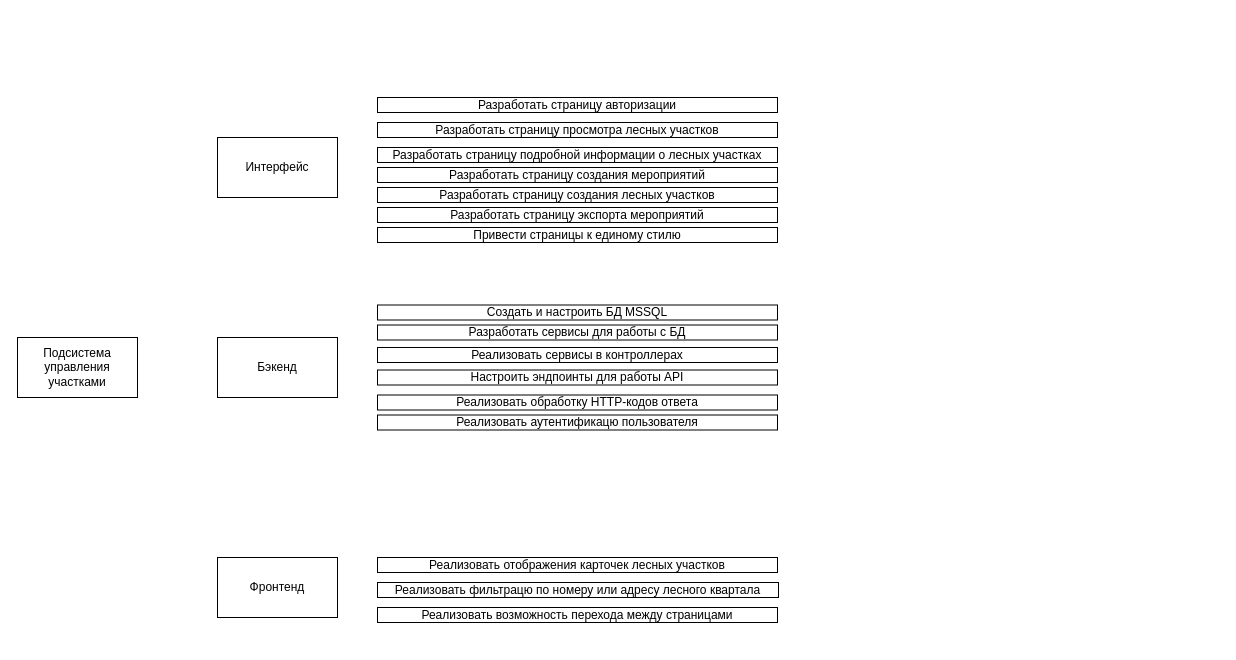
Poll33nn/EducationMaterial keeps this draw.io diagram as декомпозиция.drawio. Above is the earlier version. Source tidied: cells renumbered, new cells numbered last; positions are measured from the earlier drawing's top-left corner, leaving out a move shared by most shapes. Both pictures are drawn from the tidied source at 100%, with x=0, y=0 at pixel (17, 97).
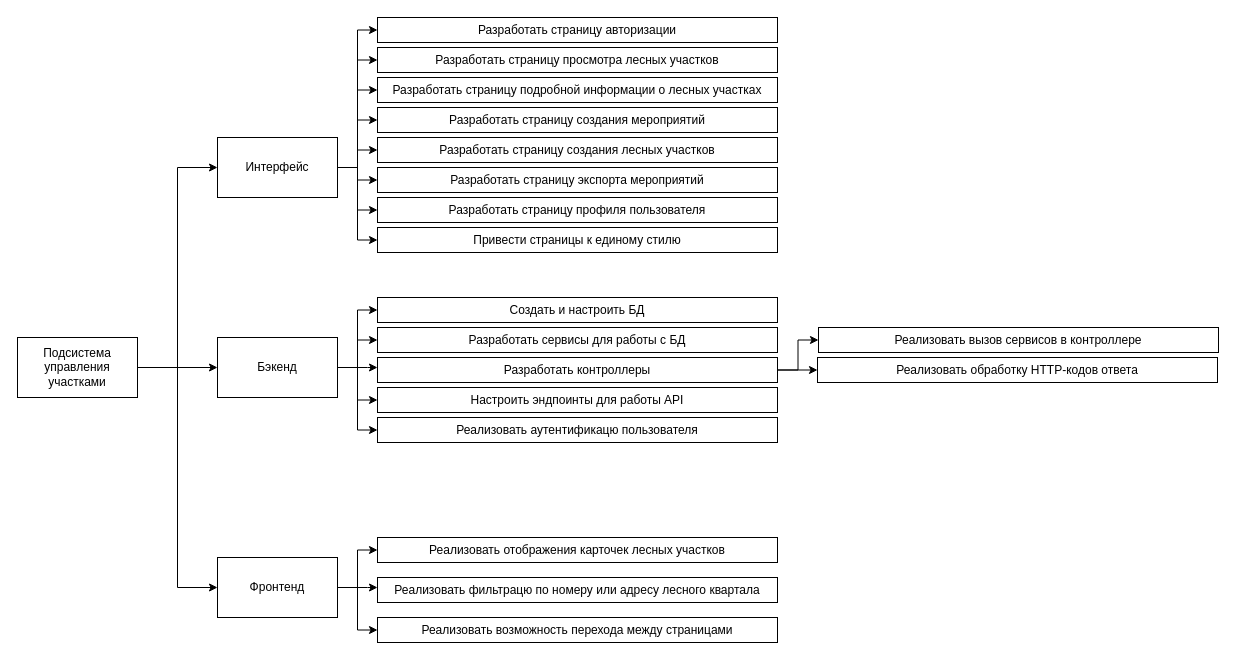
After the change.

The change refers to these unchanged cells:
```xml
<mxCell id="2" value="Подсистема управления участками" style="rounded=0;whiteSpace=wrap;html=1;" parent="1" vertex="1">
  <mxGeometry y="240" width="120" height="60" as="geometry" />
</mxCell>
<mxCell id="3" value="Интерфейс" style="rounded=0;whiteSpace=wrap;html=1;" parent="1" vertex="1">
  <mxGeometry x="200" y="40" width="120" height="60" as="geometry" />
</mxCell>
<mxCell id="4" value="Бэкенд" style="rounded=0;whiteSpace=wrap;html=1;" parent="1" vertex="1">
  <mxGeometry x="200" y="240" width="120" height="60" as="geometry" />
</mxCell>
<mxCell id="5" value="Фронтенд" style="rounded=0;whiteSpace=wrap;html=1;" parent="1" vertex="1">
  <mxGeometry x="200" y="460" width="120" height="60" as="geometry" />
</mxCell>
```

What changed in the source:
```diff
@@
+    <mxCell id="22" style="edgeStyle=orthogonalEdgeStyle;rounded=0;jettySize=auto;html=1;entryX=0;entryY=0.5;entryDx=0;entryDy=0;" parent="1" edge="1" source="2" target="3">
+      <mxGeometry relative="1" as="geometry" />
+    </mxCell>
+    <mxCell id="23" style="edgeStyle=orthogonalEdgeStyle;rounded=0;jettySize=auto;html=1;" parent="1" edge="1" source="2" target="4">
+      <mxGeometry relative="1" as="geometry" />
+    </mxCell>
+    <mxCell id="24" style="edgeStyle=orthogonalEdgeStyle;rounded=0;jettySize=auto;html=1;entryX=0;entryY=0.5;entryDx=0;entryDy=0;" parent="1" edge="1" source="2" target="5">
+      <mxGeometry relative="1" as="geometry" />
+    </mxCell>
@@
+    <mxCell id="25" style="edgeStyle=orthogonalEdgeStyle;rounded=0;jettySize=auto;html=1;entryX=0;entryY=0.5;entryDx=0;entryDy=0;" parent="1" edge="1" source="3" target="8">
+      <mxGeometry relative="1" as="geometry" />
+    </mxCell>
+    <mxCell id="26" style="edgeStyle=orthogonalEdgeStyle;rounded=0;jettySize=auto;html=1;entryX=0;entryY=0.5;entryDx=0;entryDy=0;" parent="1" edge="1" source="3" target="9">
+      <mxGeometry relative="1" as="geometry" />
+    </mxCell>
+    <mxCell id="27" style="edgeStyle=orthogonalEdgeStyle;rounded=0;jettySize=auto;html=1;entryX=0;entryY=0.5;entryDx=0;entryDy=0;" parent="1" edge="1" source="3" target="7">
+      <mxGeometry relative="1" as="geometry" />
+    </mxCell>
+    <mxCell id="28" style="edgeStyle=orthogonalEdgeStyle;rounded=0;jettySize=auto;html=1;entryX=0;entryY=0.5;entryDx=0;entryDy=0;" parent="1" edge="1" source="3" target="6">
+      <mxGeometry relative="1" as="geometry" />
+    </mxCell>
+    <mxCell id="29" style="edgeStyle=orthogonalEdgeStyle;rounded=0;jettySize=auto;html=1;entryX=0;entryY=0.5;entryDx=0;entryDy=0;" parent="1" edge="1" source="3" target="10">
+      <mxGeometry relative="1" as="geometry" />
+    </mxCell>
+    <mxCell id="30" style="edgeStyle=orthogonalEdgeStyle;rounded=0;jettySize=auto;html=1;entryX=0;entryY=0.5;entryDx=0;entryDy=0;" parent="1" edge="1" source="3" target="11">
+      <mxGeometry relative="1" as="geometry" />
+    </mxCell>
+    <mxCell id="31" style="edgeStyle=orthogonalEdgeStyle;rounded=0;jettySize=auto;html=1;entryX=0;entryY=0.5;entryDx=0;entryDy=0;" parent="1" edge="1" source="3" target="20">
+      <mxGeometry relative="1" as="geometry" />
+    </mxCell>
+    <mxCell id="32" style="edgeStyle=orthogonalEdgeStyle;rounded=0;jettySize=auto;html=1;entryX=0;entryY=0.5;entryDx=0;entryDy=0;" parent="1" edge="1" source="3" target="43">
+      <mxGeometry relative="1" as="geometry" />
+    </mxCell>
@@
+    <mxCell id="33" style="edgeStyle=orthogonalEdgeStyle;rounded=0;jettySize=auto;html=1;entryX=0;entryY=0.5;entryDx=0;entryDy=0;" parent="1" edge="1" source="4" target="17">
+      <mxGeometry relative="1" as="geometry" />
+    </mxCell>
+    <mxCell id="34" style="edgeStyle=orthogonalEdgeStyle;rounded=0;jettySize=auto;html=1;entryX=0;entryY=0.5;entryDx=0;entryDy=0;" parent="1" edge="1" source="4" target="15">
+      <mxGeometry relative="1" as="geometry" />
+    </mxCell>
+    <mxCell id="35" style="edgeStyle=orthogonalEdgeStyle;rounded=0;jettySize=auto;html=1;" parent="1" edge="1" source="4" target="12">
+      <mxGeometry relative="1" as="geometry">
+        <Array as="points">
+          <mxPoint x="350" y="270" />
+          <mxPoint x="350" y="270" />
+        </Array>
+      </mxGeometry>
+    </mxCell>
+    <mxCell id="36" style="edgeStyle=orthogonalEdgeStyle;rounded=0;jettySize=auto;html=1;entryX=0;entryY=0.5;entryDx=0;entryDy=0;" parent="1" edge="1" source="4" target="13">
+      <mxGeometry relative="1" as="geometry" />
+    </mxCell>
+    <mxCell id="37" style="edgeStyle=orthogonalEdgeStyle;rounded=0;jettySize=auto;html=1;entryX=0;entryY=0.5;entryDx=0;entryDy=0;" parent="1" edge="1" source="4" target="16">
+      <mxGeometry relative="1" as="geometry" />
+    </mxCell>
@@
+    <mxCell id="38" style="edgeStyle=orthogonalEdgeStyle;rounded=0;jettySize=auto;html=1;" parent="1" edge="1" source="5" target="19">
+      <mxGeometry relative="1" as="geometry">
+        <Array as="points">
+          <mxPoint x="350" y="490" />
+          <mxPoint x="350" y="490" />
+        </Array>
+      </mxGeometry>
+    </mxCell>
+    <mxCell id="39" style="edgeStyle=orthogonalEdgeStyle;rounded=0;jettySize=auto;html=1;entryX=0;entryY=0.5;entryDx=0;entryDy=0;" parent="1" edge="1" source="5" target="18">
+      <mxGeometry relative="1" as="geometry" />
+    </mxCell>
+    <mxCell id="40" style="edgeStyle=orthogonalEdgeStyle;rounded=0;jettySize=auto;html=1;entryX=0;entryY=0.5;entryDx=0;entryDy=0;" parent="1" edge="1" source="5" target="21">
+      <mxGeometry relative="1" as="geometry">
+        <Array as="points">
+          <mxPoint x="340" y="490" />
+          <mxPoint x="340" y="532" />
+        </Array>
+      </mxGeometry>
+    </mxCell>
@@
     <mxCell id="6" value="Разработать страницу авторизации" style="rounded=0;whiteSpace=wrap;html=1;" parent="1" vertex="1">
-      <mxGeometry x="360" width="400" height="15" as="geometry" />
+      <mxGeometry x="360" y="-80" width="400" height="25" as="geometry" />
     </mxCell>
     <mxCell id="7" value="Разработать страницу просмотра лесных участков" style="rounded=0;whiteSpace=wrap;html=1;" parent="1" vertex="1">
-      <mxGeometry x="360" y="25" width="400" height="15" as="geometry" />
+      <mxGeometry x="360" y="-50" width="400" height="25" as="geometry" />
     </mxCell>
     <mxCell id="8" value="Разработать страницу подробной информации о лесных участках" style="rounded=0;whiteSpace=wrap;html=1;" parent="1" vertex="1">
-      <mxGeometry x="360" y="50" width="400" height="15" as="geometry" />
+      <mxGeometry x="360" y="-20" width="400" height="25" as="geometry" />
     </mxCell>
     <mxCell id="9" value="Разработать страницу создания мероприятий" style="rounded=0;whiteSpace=wrap;html=1;" parent="1" vertex="1">
-      <mxGeometry x="360" y="70" width="400" height="15" as="geometry" />
+      <mxGeometry x="360" y="10" width="400" height="25" as="geometry" />
     </mxCell>
     <mxCell id="10" value="Разработать страницу создания лесных участков" style="rounded=0;whiteSpace=wrap;html=1;" parent="1" vertex="1">
-      <mxGeometry x="360" y="90" width="400" height="15" as="geometry" />
+      <mxGeometry x="360" y="40" width="400" height="25" as="geometry" />
     </mxCell>
     <mxCell id="11" value="Разработать страницу экспорта мероприятий" style="rounded=0;whiteSpace=wrap;html=1;" parent="1" vertex="1">
-      <mxGeometry x="360" y="110" width="400" height="15" as="geometry" />
+      <mxGeometry x="360" y="70" width="400" height="25" as="geometry" />
     </mxCell>
+    <mxCell id="41" style="edgeStyle=orthogonalEdgeStyle;rounded=0;jettySize=auto;html=1;entryX=0;entryY=0.5;entryDx=0;entryDy=0;" parent="1" edge="1" source="12" target="14">
+      <mxGeometry relative="1" as="geometry" />
+    </mxCell>
+    <mxCell id="42" style="edgeStyle=orthogonalEdgeStyle;rounded=0;jettySize=auto;html=1;entryX=0;entryY=0.5;entryDx=0;entryDy=0;" parent="1" edge="1" source="12" target="44">
+      <mxGeometry relative="1" as="geometry" />
+    </mxCell>
-    <mxCell id="12" value="Реализовать сервисы в контроллерах" style="rounded=0;whiteSpace=wrap;html=1;" parent="1" vertex="1">
-      <mxGeometry x="360" y="250" width="400" height="15" as="geometry" />
+    <mxCell id="12" value="Разработать контроллеры" style="rounded=0;whiteSpace=wrap;html=1;" parent="1" vertex="1">
+      <mxGeometry x="360" y="260" width="400" height="25" as="geometry" />
     </mxCell>
     <mxCell id="13" value="Настроить эндпоинты для работы API" style="rounded=0;whiteSpace=wrap;html=1;" parent="1" vertex="1">
-      <mxGeometry x="360" y="272.5" width="400" height="15" as="geometry" />
+      <mxGeometry x="360" y="290" width="400" height="25" as="geometry" />
     </mxCell>
-    <mxCell id="14" value="Реализовать обработку HTTP-кодов ответа" style="rounded=0;whiteSpace=wrap;html=1;" parent="1" vertex="1">
-      <mxGeometry x="360" y="297.5" width="400" height="15" as="geometry" />
-    </mxCell>
     <mxCell id="15" value="Разработать сервисы для работы с БД" style="rounded=0;whiteSpace=wrap;html=1;" parent="1" vertex="1">
-      <mxGeometry x="360" y="227.5" width="400" height="15" as="geometry" />
+      <mxGeometry x="360" y="230" width="400" height="25" as="geometry" />
     </mxCell>
     <mxCell id="16" value="Реализовать аутентификацю пользователя" style="rounded=0;whiteSpace=wrap;html=1;" parent="1" vertex="1">
-      <mxGeometry x="360" y="317.5" width="400" height="15" as="geometry" />
+      <mxGeometry x="360" y="320" width="400" height="25" as="geometry" />
     </mxCell>
-    <mxCell id="17" value="Создать и настроить БД MSSQL" style="rounded=0;whiteSpace=wrap;html=1;" parent="1" vertex="1">
-      <mxGeometry x="360" y="207.5" width="400" height="15" as="geometry" />
+    <mxCell id="17" value="Создать и настроить БД" style="rounded=0;whiteSpace=wrap;html=1;" parent="1" vertex="1">
+      <mxGeometry x="360" y="200" width="400" height="25" as="geometry" />
     </mxCell>
     <mxCell id="18" value="Реализовать отображения карточек лесных участков" style="rounded=0;whiteSpace=wrap;html=1;" parent="1" vertex="1">
-      <mxGeometry x="360" y="460" width="400" height="15" as="geometry" />
+      <mxGeometry x="360" y="440" width="400" height="25" as="geometry" />
     </mxCell>
     <mxCell id="19" value="Реализовать фильтрацю по номеру или адресу лесного квартала" style="rounded=0;whiteSpace=wrap;html=1;" parent="1" vertex="1">
-      <mxGeometry x="360" y="485" width="401" height="15" as="geometry" />
+      <mxGeometry x="360" y="480" width="400" height="25" as="geometry" />
     </mxCell>
     <mxCell id="20" value="Привести страницы к единому стилю" style="rounded=0;whiteSpace=wrap;html=1;" parent="1" vertex="1">
-      <mxGeometry x="360" y="130" width="400" height="15" as="geometry" />
+      <mxGeometry x="360" y="130" width="400" height="25" as="geometry" />
     </mxCell>
     <mxCell id="21" value="Реализовать возможность перехода между страницами" style="rounded=0;whiteSpace=wrap;html=1;" parent="1" vertex="1">
-      <mxGeometry x="360" y="510" width="400" height="15" as="geometry" />
+      <mxGeometry x="360" y="520" width="400" height="25" as="geometry" />
     </mxCell>
+    <mxCell id="43" value="Разработать страницу профиля пользователя" style="rounded=0;whiteSpace=wrap;html=1;" parent="1" vertex="1">
+      <mxGeometry x="360" y="100" width="400" height="25" as="geometry" />
+    </mxCell>
+    <mxCell id="14" value="Реализовать обработку HTTP-кодов ответа" style="rounded=0;whiteSpace=wrap;html=1;" parent="1" vertex="1">
+      <mxGeometry x="800" y="260" width="400" height="25" as="geometry" />
+    </mxCell>
+    <mxCell id="44" value="Реализовать вызов сервисов в контроллере" style="rounded=0;whiteSpace=wrap;html=1;" parent="1" vertex="1">
+      <mxGeometry x="801" y="230" width="400" height="25" as="geometry" />
+    </mxCell>
```
